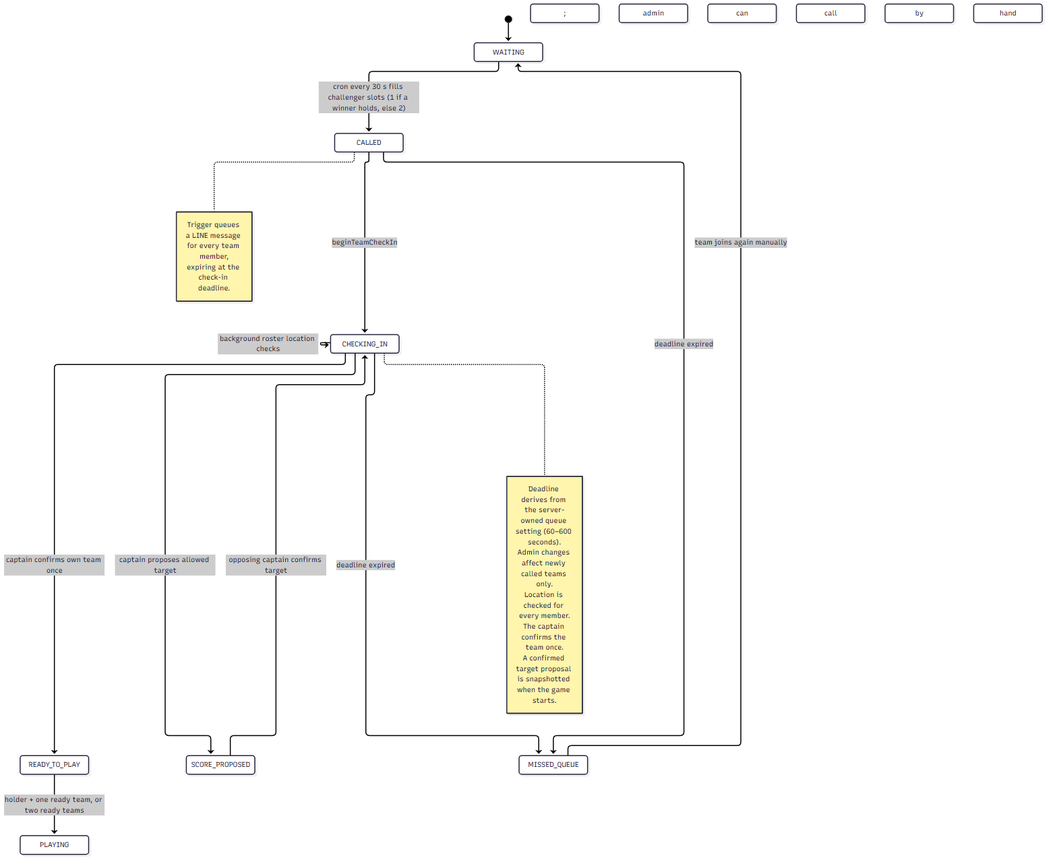
Nokpednam/MeQ-web-app keeps this Mermaid diagram as docs/diagrams/rendered/queue-checkin-flow.png. Above is the earlier version. Its source is kept beside it as docs/diagrams/queue-checkin-flow.mmd.
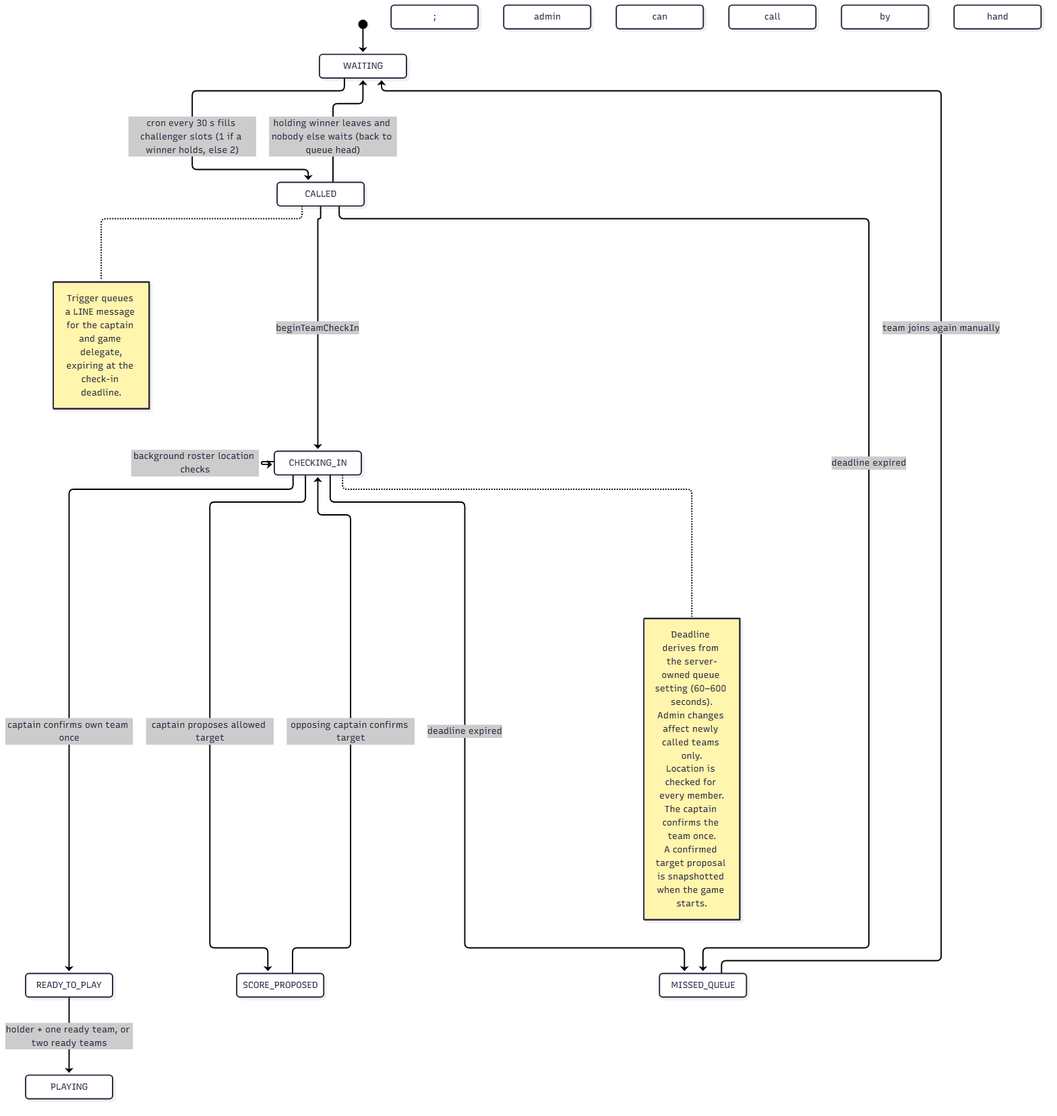
After the commit.

Diff of the diagram source:
```diff
@@ -2,10 +2,11 @@
   [*] --> WAITING
   WAITING --> CALLED: cron every 30 s fills challenger slots (1 if a winner holds, else 2); admin can call by hand
   note right of CALLED
-    Trigger queues a LINE message for every team member,
+    Trigger queues a LINE message for the captain and game delegate,
     expiring at the check-in deadline.
   end note
   CALLED --> CHECKING_IN: beginTeamCheckIn
+  CALLED --> WAITING: holding winner leaves and nobody else waits (back to queue head)
   CHECKING_IN --> CHECKING_IN: background roster location checks
   CHECKING_IN --> READY_TO_PLAY: captain confirms own team once
   CHECKING_IN --> SCORE_PROPOSED: captain proposes allowed target
```
